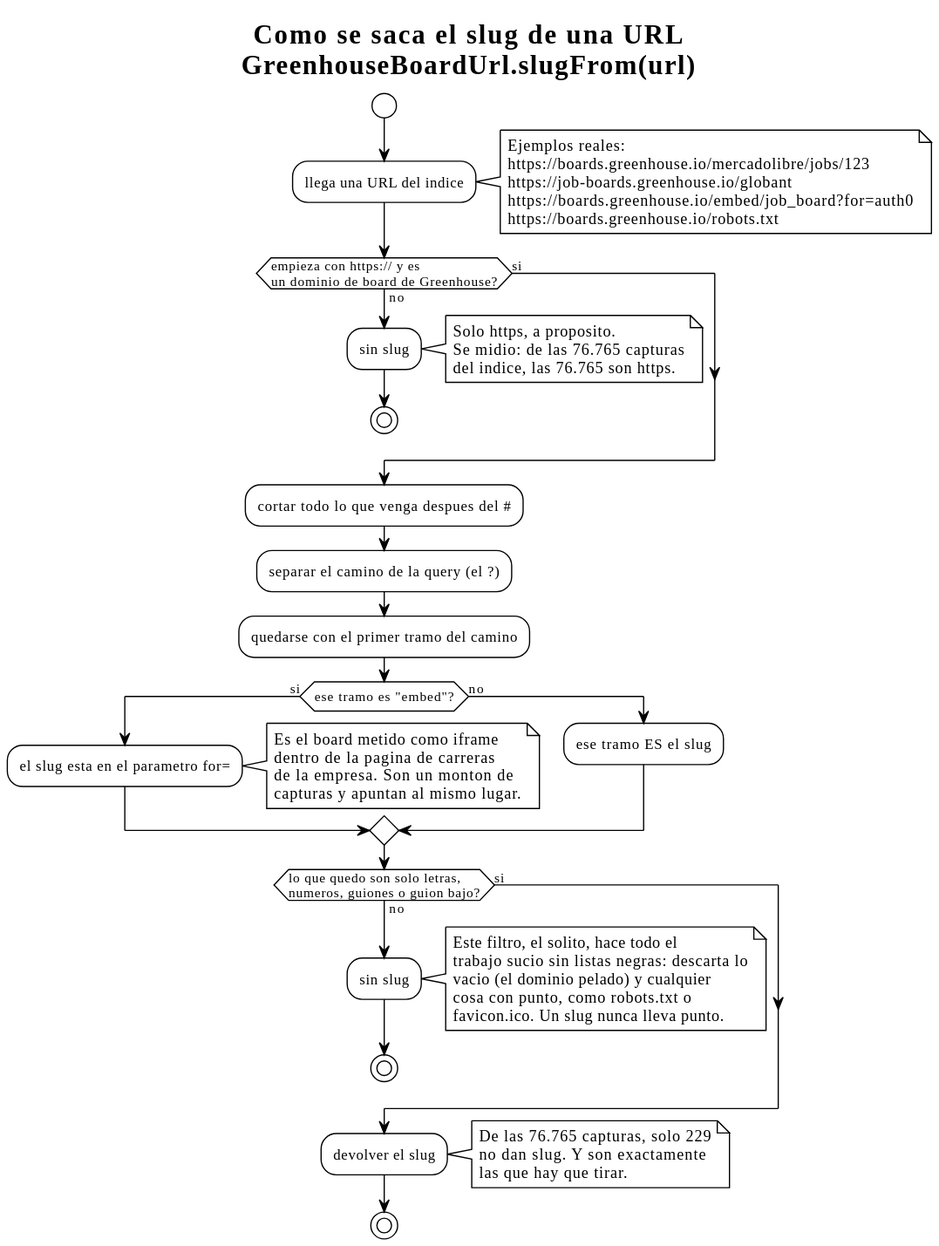
EliasNAires/oneprofile keeps this PlantUML diagram as docs/para-humanos/diagramas/url-a-slug.svg. Above is the earlier version. Its diagram source:
```plantuml
@startuml
!theme plain
title Como se saca el slug de una URL\nGreenhouseBoardUrl.slugFrom(url)

skinparam shadowing false

start

:llega una URL del indice;
note right
  Ejemplos reales:
  https://boards.greenhouse.io/mercadolibre/jobs/123
  https://job-boards.greenhouse.io/globant
  https://boards.greenhouse.io/embed/job_board?for=auth0
  https://boards.greenhouse.io/robots.txt
end note

if (empieza con https:// y es\nun dominio de board de Greenhouse?) then (no)
  :sin slug;
  note right
    Solo https, a proposito.
    Se midio: de las 76.765 capturas
    del indice, las 76.765 son https.
  end note
  stop
else (si)
endif

:cortar todo lo que venga despues del #;
:separar el camino de la query (el ?);
:quedarse con el primer tramo del camino;

if (ese tramo es "embed"?) then (si)
  :el slug esta en el parametro for=;
  note right
    Es el board metido como iframe
    dentro de la pagina de carreras
    de la empresa. Son un monton de
    capturas y apuntan al mismo lugar.
  end note
else (no)
  :ese tramo ES el slug;
endif

if (lo que quedo son solo letras,\nnumeros, guiones o guion bajo?) then (no)
  :sin slug;
  note right
    Este filtro, el solito, hace todo el
    trabajo sucio sin listas negras: descarta lo
    vacio (el dominio pelado) y cualquier
    cosa con punto, como robots.txt o
    favicon.ico. Un slug nunca lleva punto.
  end note
  stop
else (si)
endif

:devolver el slug;
note right
  De las 76.765 capturas, solo 229
  no dan slug. Y son exactamente
  las que hay que tirar.
end note
stop
@enduml
```
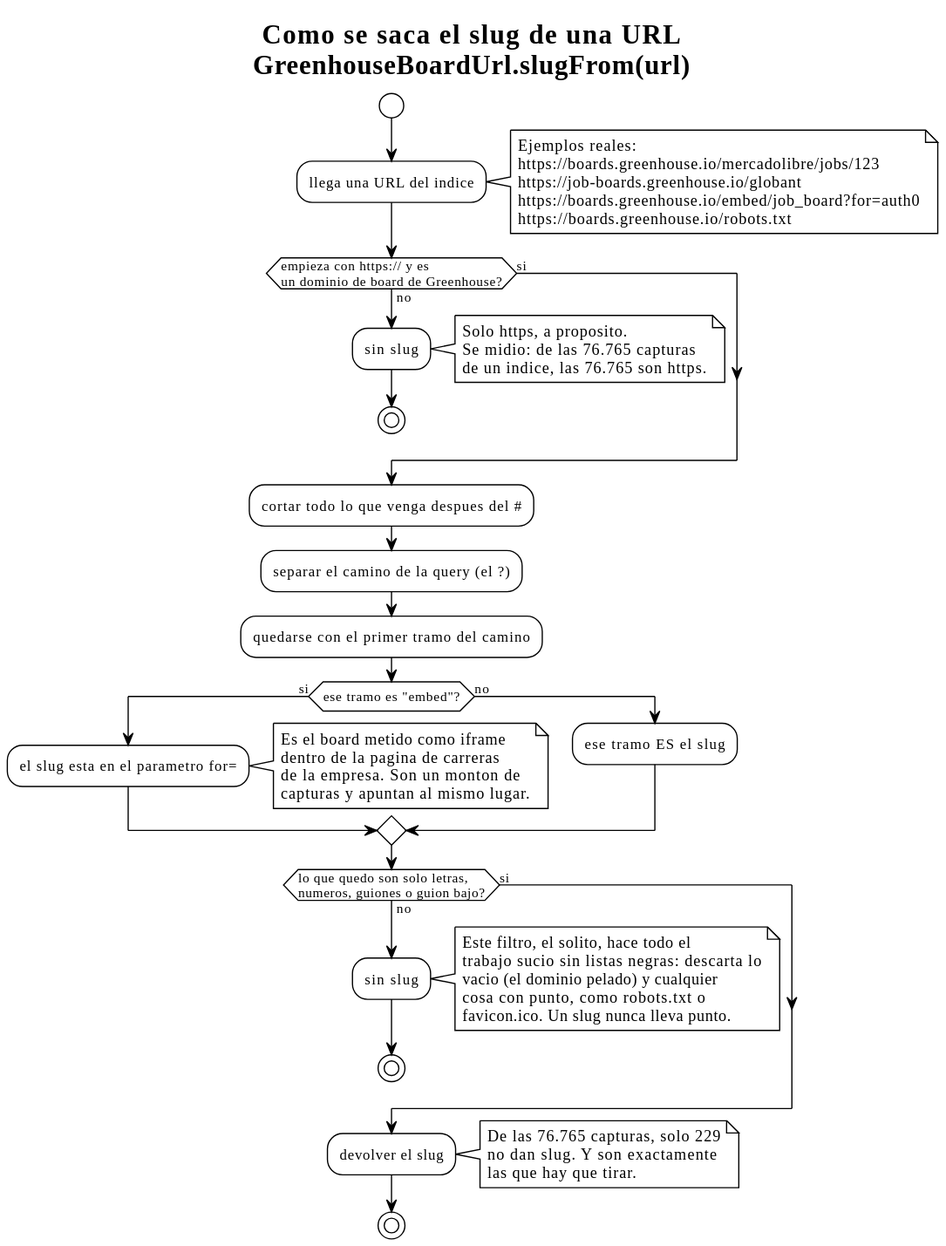
Above is the later version.

What changed in the source:
```diff
@@ -20,7 +20,7 @@
   note right
     Solo https, a proposito.
     Se midio: de las 76.765 capturas
-    del indice, las 76.765 son https.
+    de un indice, las 76.765 son https.
   end note
   stop
 else (si)
```
